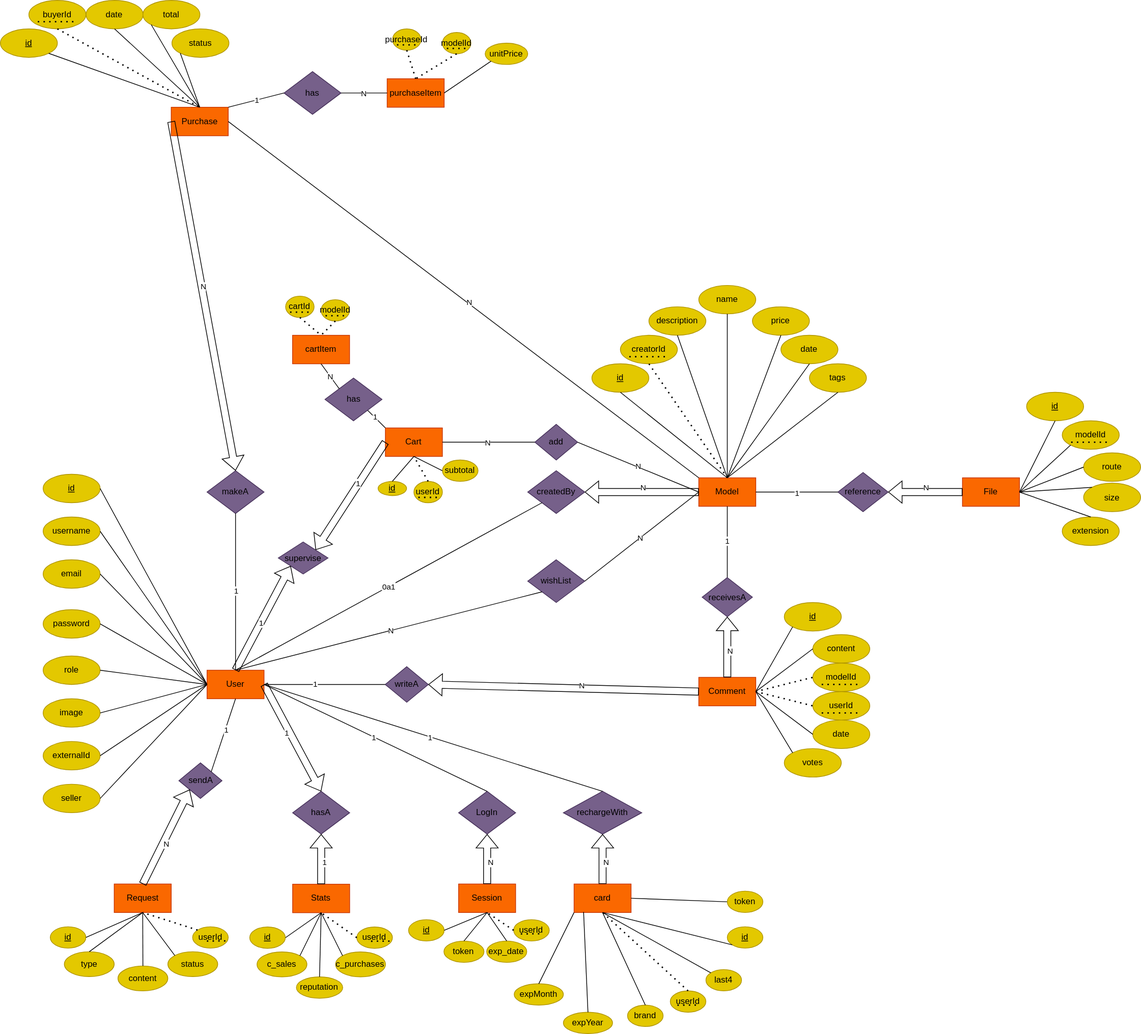
This is docs/design/tridi.diagrama.svg from IIC2513/Tridi_frontend_26-1, a draw.io export, as it was before one commit. Source tidied: cells renumbered, new cells last; positions are measured from the earlier drawing's top-left corner, leaving out a move shared by most shapes.
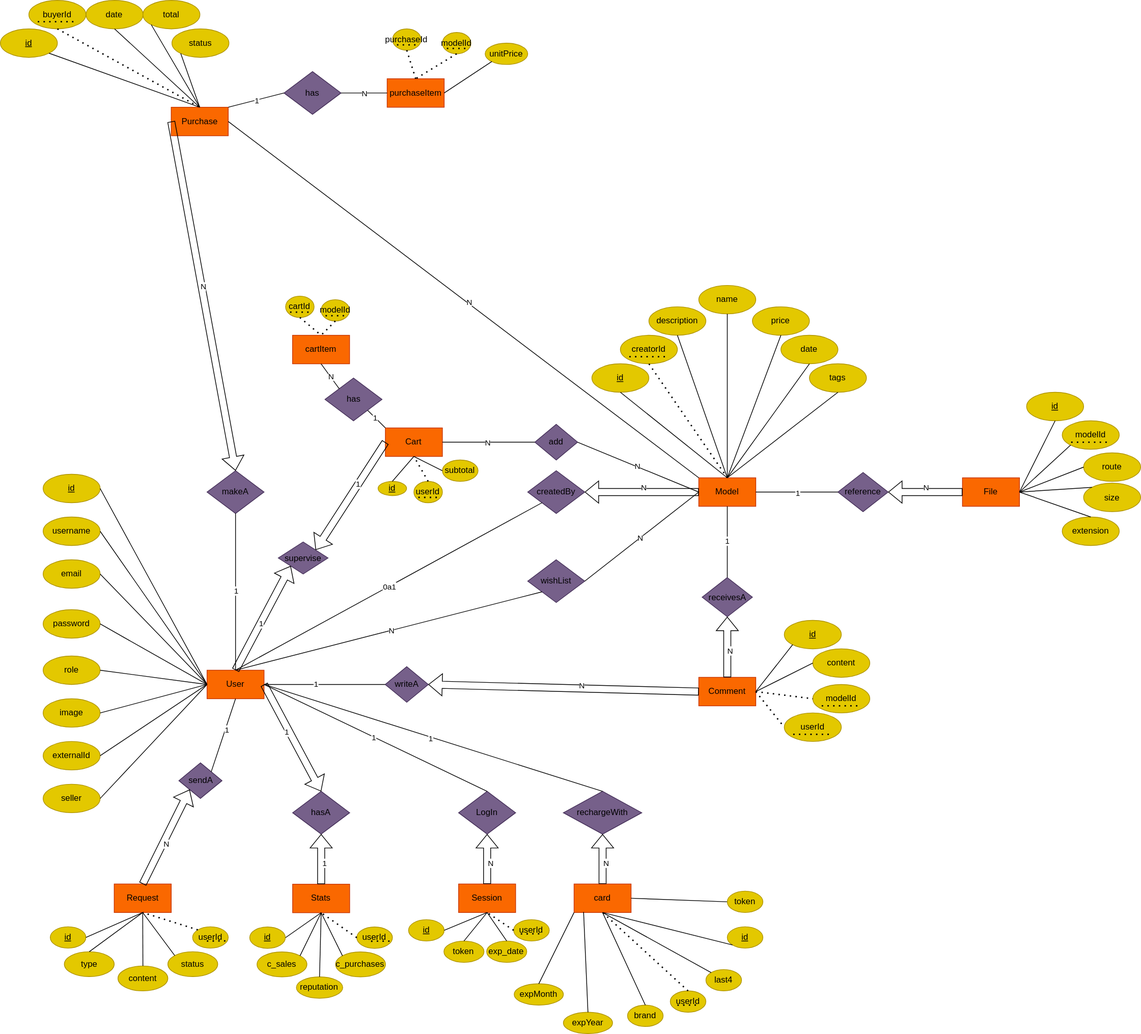
The same diagram one commit later.

Commit message:
docs(Comment): The attributes of the ‘Comment’ entity were updated

Diff of the diagram source:
```diff
@@ -60,7 +60,7 @@
       <mxGeometry x="1095.2" y="470" width="80" height="40" as="geometry" />
     </mxCell>
     <mxCell id="19" value="&lt;font color=&quot;#000000&quot;&gt;content&lt;/font&gt;" style="ellipse;whiteSpace=wrap;html=1;fillColor=#e3c800;strokeColor=#B09500;fontColor=#000000;" parent="1" vertex="1">
-      <mxGeometry x="1140" y="890" width="80" height="40" as="geometry" />
+      <mxGeometry x="1140" y="910" width="80" height="40" as="geometry" />
     </mxCell>
     <mxCell id="20" value="seller" style="ellipse;whiteSpace=wrap;html=1;fillColor=#e3c800;strokeColor=#B09500;fontColor=#000000;" parent="1" vertex="1">
       <mxGeometry x="60" y="1100" width="80" height="40" as="geometry" />
@@ -164,15 +164,9 @@
     <mxCell id="52" style="endArrow=none;html=1;rounded=0;entryX=0.5;entryY=1;entryDx=0;entryDy=0;exitX=0.5;exitY=0;exitDx=0;exitDy=0;" parent="1" edge="1" source="9" target="11">
       <mxGeometry relative="1" as="geometry" />
     </mxCell>
-    <mxCell id="53" value="&lt;font color=&quot;#000000&quot;&gt;date&lt;/font&gt;" style="ellipse;whiteSpace=wrap;html=1;fillColor=#e3c800;strokeColor=#B09500;fontColor=#000000;" parent="1" vertex="1">
-      <mxGeometry x="1140" y="1010" width="80" height="40" as="geometry" />
-    </mxCell>
     <mxCell id="54" value="&lt;u&gt;id&lt;/u&gt;" style="ellipse;whiteSpace=wrap;html=1;fillColor=#e3c800;strokeColor=#B09500;fontColor=#000000;" parent="1" vertex="1">
-      <mxGeometry x="1100" y="845" width="80" height="40" as="geometry" />
+      <mxGeometry x="1100" y="870" width="80" height="40" as="geometry" />
     </mxCell>
-    <mxCell id="55" value="&lt;font color=&quot;#000000&quot;&gt;votes&lt;/font&gt;" style="ellipse;whiteSpace=wrap;html=1;fillColor=#e3c800;strokeColor=#B09500;fontColor=#000000;" parent="1" vertex="1">
-      <mxGeometry x="1100" y="1050" width="80" height="40" as="geometry" />
-    </mxCell>
     <mxCell id="56" value="makeA" style="rhombus;whiteSpace=wrap;html=1;fillColor=#76608a;strokeColor=#432D57;fontColor=#000000;" parent="1" vertex="1">
       <mxGeometry x="290" y="660" width="80" height="60" as="geometry" />
     </mxCell>
@@ -182,12 +176,6 @@
     <mxCell id="58" style="endArrow=none;html=1;rounded=0;entryX=0;entryY=0.5;entryDx=0;entryDy=0;exitX=1;exitY=0.5;exitDx=0;exitDy=0;" parent="1" edge="1" source="32" target="19">
       <mxGeometry relative="1" as="geometry" />
     </mxCell>
-    <mxCell id="59" style="endArrow=none;html=1;rounded=0;entryX=0;entryY=0.5;entryDx=0;entryDy=0;exitX=1;exitY=0.5;exitDx=0;exitDy=0;" parent="1" edge="1" source="32" target="53">
-      <mxGeometry relative="1" as="geometry" />
-    </mxCell>
-    <mxCell id="60" style="endArrow=none;html=1;rounded=0;entryX=0;entryY=0;entryDx=0;entryDy=0;exitX=1;exitY=0.5;exitDx=0;exitDy=0;" parent="1" edge="1" source="32" target="55">
-      <mxGeometry relative="1" as="geometry" />
-    </mxCell>
     <mxCell id="61" style="endArrow=none;html=1;rounded=0;entryX=0.5;entryY=1;entryDx=0;entryDy=0;exitX=0.5;exitY=0;exitDx=0;exitDy=0;" parent="1" edge="1" source="2" target="56">
       <mxGeometry relative="1" as="geometry" />
     </mxCell>
@@ -266,8 +254,23 @@
     <mxCell id="84" style="endArrow=none;html=1;rounded=0;entryX=0.5;entryY=1;entryDx=0;entryDy=0;exitX=0.5;exitY=0;exitDx=0;exitDy=0;" parent="1" edge="1" source="42" target="80">
       <mxGeometry relative="1" as="geometry" />
     </mxCell>
+    <mxCell id="88" style="group;" parent="1" vertex="1">
+      <mxGeometry x="1140" y="970" width="80" height="40" as="geometry" />
+    </mxCell>
+    <mxCell id="89" value="&lt;font color=&quot;#000000&quot;&gt;userId&lt;/font&gt;" style="ellipse;whiteSpace=wrap;html=1;fillColor=#e3c800;strokeColor=#B09500;fontColor=#000000;perimeterSpacing=0;" parent="88" vertex="1">
+      <mxGeometry x="-40" y="30" width="80" height="40" as="geometry" />
+    </mxCell>
+    <mxCell id="90" style="endArrow=none;dashed=1;html=1;dashPattern=1 3;strokeWidth=2;rounded=0;fontColor=default;labelBackgroundColor=none;strokeColor=#000000;" parent="88" edge="1">
+      <mxGeometry relative="1" as="geometry">
+        <mxPoint x="-27.5" y="60" as="sourcePoint" />
+        <mxPoint x="27.5" y="60" as="targetPoint" />
+        <Array as="points">
+          <mxPoint x="10" y="60" />
+        </Array>
+      </mxGeometry>
+    </mxCell>
-    <mxCell id="85" style="group;" parent="1" vertex="1">
-      <mxGeometry x="1140" y="930" width="80" height="40" as="geometry" />
+    <mxCell id="85" style="group;" parent="88" vertex="1">
+      <mxGeometry y="-10" width="80" height="40" as="geometry" />
     </mxCell>
     <mxCell id="86" value="&lt;font color=&quot;#000000&quot;&gt;modelId&lt;/font&gt;" style="ellipse;whiteSpace=wrap;html=1;fillColor=#e3c800;strokeColor=#B09500;fontColor=#000000;perimeterSpacing=0;" parent="85" vertex="1">
       <mxGeometry width="80" height="40" as="geometry" />
@@ -281,21 +284,6 @@
         </Array>
       </mxGeometry>
     </mxCell>
-    <mxCell id="88" style="group;" parent="1" vertex="1">
-      <mxGeometry x="1140" y="970" width="80" height="40" as="geometry" />
-    </mxCell>
-    <mxCell id="89" value="&lt;font color=&quot;#000000&quot;&gt;userId&lt;/font&gt;" style="ellipse;whiteSpace=wrap;html=1;fillColor=#e3c800;strokeColor=#B09500;fontColor=#000000;perimeterSpacing=0;" parent="88" vertex="1">
-      <mxGeometry width="80" height="40" as="geometry" />
-    </mxCell>
-    <mxCell id="90" style="endArrow=none;dashed=1;html=1;dashPattern=1 3;strokeWidth=2;rounded=0;fontColor=default;labelBackgroundColor=none;strokeColor=#000000;" parent="88" edge="1">
-      <mxGeometry relative="1" as="geometry">
-        <mxPoint x="12.5" y="30" as="sourcePoint" />
-        <mxPoint x="67.5" y="30" as="targetPoint" />
-        <Array as="points">
-          <mxPoint x="50" y="30" />
-        </Array>
-      </mxGeometry>
-    </mxCell>
     <mxCell id="91" style="endArrow=none;dashed=1;html=1;dashPattern=1 3;strokeWidth=2;rounded=0;entryX=0;entryY=0.5;entryDx=0;entryDy=0;exitX=1;exitY=0.5;exitDx=0;exitDy=0;" parent="1" edge="1" source="32" target="89">
       <mxGeometry relative="1" as="geometry" />
     </mxCell>
```
